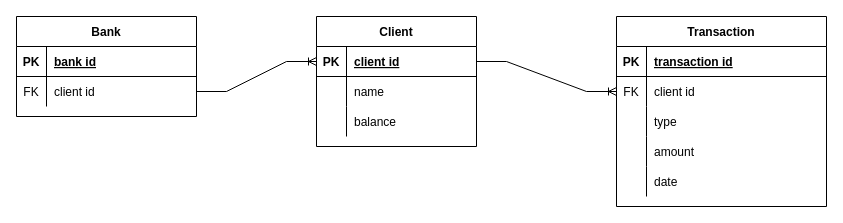
Before: Untitled Diagram.drawio in michalbaldyga/simple-banking-system, a draw.io diagram. Source tidied: cells renumbered, new cells numbered last; positions are measured from the earlier drawing's top-left corner, leaving out a move shared by most shapes. Both pictures are drawn from the tidied source at 100%, with x=0, y=0 at pixel (16, 16).
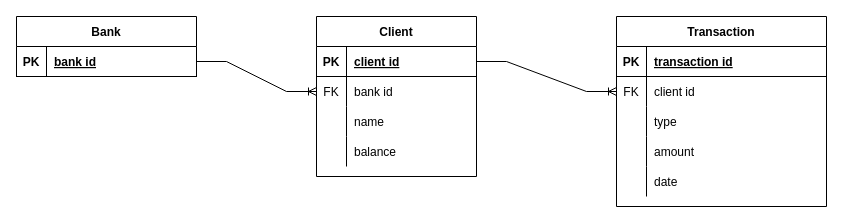
The same page after the edit.

The change refers to these unchanged cells:
```xml
<mxCell id="3" style="shape=partialRectangle;fillColor=none;points=[[0,0.5],[1,0.5]];portConstraint=eastwest;top=0;left=0;right=0;bottom=1;" parent="2" vertex="1">
  <mxGeometry y="30" width="160" height="30" as="geometry" />
</mxCell>
<mxCell id="6" style="shape=partialRectangle;fillColor=none;points=[[0,0.5],[1,0.5]];portConstraint=eastwest;top=0;left=0;right=0;bottom=0;" parent="2" vertex="1">
  <mxGeometry y="60" width="160" height="30" as="geometry" />
</mxCell>
<mxCell id="9" style="shape=partialRectangle;fillColor=none;top=0;left=0;right=0;bottom=0;" parent="2" vertex="1">
  <mxGeometry y="90" width="160" height="30" as="geometry" />
</mxCell>
<mxCell id="29" style="shape=partialRectangle;fillColor=none;points=[[0,0.5],[1,0.5]];portConstraint=eastwest;top=0;left=0;right=0;bottom=1;" parent="28" vertex="1">
  <mxGeometry y="30" width="180" height="30" as="geometry" />
</mxCell>
```

Change to the diagram source:
```diff
@@
     <mxCell id="2" value="Client" style="shape=table;startSize=30;childLayout=tableLayout;rowLines=0;fontStyle=1;align=center;" parent="1" vertex="1">
-      <mxGeometry x="300" width="160" height="130" as="geometry" />
+      <mxGeometry x="300" width="160" height="160" as="geometry" />
     </mxCell>
@@
-    <mxCell id="7" style="shape=partialRectangle;overflow=hidden;fillColor=none;top=0;left=0;bottom=0;right=0;" parent="6" vertex="1">
+    <mxCell id="7" value="FK" style="shape=partialRectangle;overflow=hidden;fillColor=none;top=0;left=0;bottom=0;right=0;" parent="6" vertex="1">
       <mxGeometry width="30" height="30" as="geometry" />
     </mxCell>
-    <mxCell id="8" value="name" style="shape=partialRectangle;overflow=hidden;fillColor=none;top=0;left=0;bottom=0;right=0;align=left;spacingLeft=6;" parent="6" vertex="1">
+    <mxCell id="8" value="bank id" style="shape=partialRectangle;overflow=hidden;fillColor=none;top=0;left=0;bottom=0;right=0;align=left;spacingLeft=6;" parent="6" vertex="1">
       <mxGeometry x="30" width="130" height="30" as="geometry" />
     </mxCell>
@@
-    <mxCell id="11" value="balance" style="shape=partialRectangle;overflow=hidden;fillColor=none;top=0;left=0;bottom=0;right=0;align=left;spacingLeft=6;" parent="9" vertex="1">
+    <mxCell id="11" value="name" style="shape=partialRectangle;overflow=hidden;fillColor=none;top=0;left=0;bottom=0;right=0;align=left;spacingLeft=6;" parent="9" vertex="1">
       <mxGeometry x="30" width="130" height="30" as="geometry" />
     </mxCell>
+    <mxCell id="37" style="shape=partialRectangle;fillColor=none;top=0;left=0;right=0;bottom=0;" parent="2" vertex="1">
+      <mxGeometry y="120" width="160" height="30" as="geometry" />
+    </mxCell>
+    <mxCell id="38" style="shape=partialRectangle;overflow=hidden;fillColor=none;top=0;left=0;bottom=0;right=0;" parent="37" vertex="1">
+      <mxGeometry width="30" height="30" as="geometry" />
+    </mxCell>
+    <mxCell id="39" value="balance" style="shape=partialRectangle;overflow=hidden;fillColor=none;top=0;left=0;bottom=0;right=0;align=left;spacingLeft=6;" parent="37" vertex="1">
+      <mxGeometry x="30" width="130" height="30" as="geometry" />
+    </mxCell>
@@
     <mxCell id="28" value="Bank" style="shape=table;startSize=30;childLayout=tableLayout;rowLines=0;fontStyle=1;align=center;" parent="1" vertex="1">
-      <mxGeometry width="180" height="100" as="geometry" />
+      <mxGeometry width="180" height="60" as="geometry" />
     </mxCell>
@@
-    <mxCell id="32" style="shape=partialRectangle;fillColor=none;points=[[0,0.5],[1,0.5]];portConstraint=eastwest;top=0;left=0;right=0;bottom=0;" parent="28" vertex="1">
-      <mxGeometry y="60" width="180" height="30" as="geometry" />
-    </mxCell>
-    <mxCell id="33" value="FK" style="shape=partialRectangle;overflow=hidden;fillColor=none;top=0;left=0;bottom=0;right=0;" parent="32" vertex="1">
-      <mxGeometry width="30" height="30" as="geometry" />
-    </mxCell>
-    <mxCell id="34" value="client id" style="shape=partialRectangle;overflow=hidden;fillColor=none;top=0;left=0;bottom=0;right=0;align=left;spacingLeft=6;" parent="32" vertex="1">
-      <mxGeometry x="30" width="150" height="30" as="geometry" />
-    </mxCell>
-    <mxCell id="35" style="edgeStyle=entityRelationEdgeStyle;fontSize=12;html=1;endArrow=ERoneToMany;rounded=0;exitX=1;exitY=0.5;exitDx=0;exitDy=0;entryX=0;entryY=0.5;entryDx=0;entryDy=0;" parent="1" edge="1" source="32" target="3">
+    <mxCell id="35" style="edgeStyle=entityRelationEdgeStyle;fontSize=12;html=1;endArrow=ERoneToMany;rounded=0;exitX=1;exitY=0.5;exitDx=0;exitDy=0;entryX=0;entryY=0.5;entryDx=0;entryDy=0;" parent="1" edge="1" source="29" target="6">
       <mxGeometry relative="1" as="geometry">
         <Array as="points">
           <mxPoint x="460" y="290" />
         </Array>
       </mxGeometry>
     </mxCell>
```
